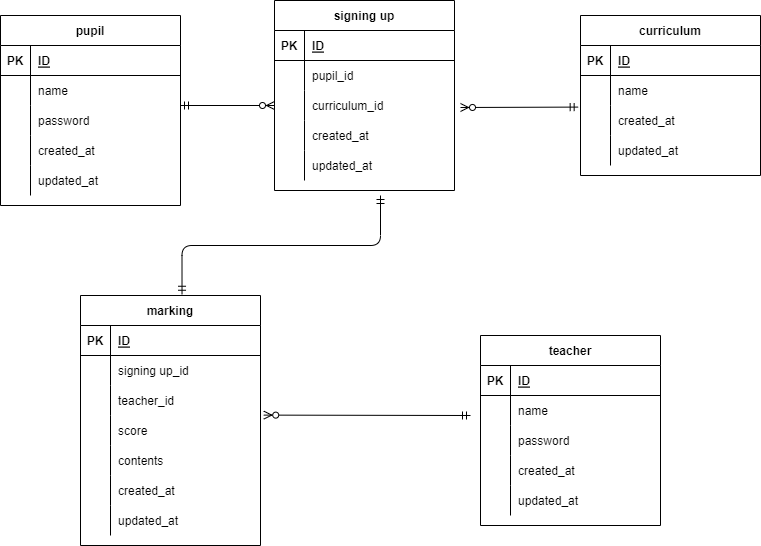
This is index.drawio.png from ako-a/DBtest, a draw.io export, as it was before one commit. Source tidied: cells renumbered, new cells last; positions are measured from the earlier drawing's top-left corner, leaving out a move shared by most shapes.
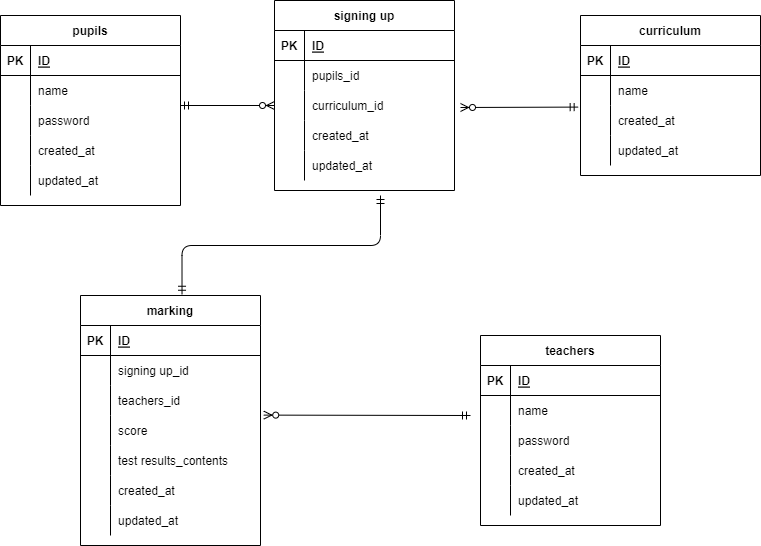
The same file after the commit.

Commit message:
修正内容が分かるコミットメッセージ

Diff of the diagram source:
```diff
@@ -2,7 +2,7 @@
   <root>
     <mxCell id="0" />
     <mxCell id="1" parent="0" />
-    <mxCell id="2" value="pupil" style="shape=table;startSize=30;rowLines=0;fontStyle=1;align=center;" parent="1" vertex="1">
+    <mxCell id="2" value="pupils" style="shape=table;startSize=30;rowLines=0;fontStyle=1;align=center;" parent="1" vertex="1">
       <mxGeometry y="15" width="180" height="190" as="geometry" />
     </mxCell>
     <mxCell id="3" style="shape=partialRectangle;fillColor=none;top=0;left=0;bottom=1;right=0;" parent="2" vertex="1">
@@ -89,7 +89,7 @@
     <mxCell id="30" value="updated_at" style="shape=partialRectangle;fillColor=none;top=0;left=0;bottom=0;right=0;align=left;spacingLeft=6;overflow=hidden;" parent="28" vertex="1">
       <mxGeometry x="30" width="150" height="30" as="geometry" />
     </mxCell>
-    <mxCell id="31" value="teacher" style="shape=table;startSize=30;rowLines=0;fontStyle=1;align=center;" parent="1" vertex="1">
+    <mxCell id="31" value="teachers" style="shape=table;startSize=30;rowLines=0;fontStyle=1;align=center;" parent="1" vertex="1">
       <mxGeometry x="480" y="335" width="180" height="190" as="geometry" />
     </mxCell>
     <mxCell id="32" style="shape=partialRectangle;fillColor=none;top=0;left=0;bottom=1;right=0;" parent="31" vertex="1">
@@ -164,7 +164,7 @@
     <mxCell id="55" style="shape=partialRectangle;fillColor=none;top=0;left=0;bottom=0;right=0;overflow=hidden;" parent="54" vertex="1">
       <mxGeometry width="30" height="30" as="geometry" />
     </mxCell>
-    <mxCell id="56" value="teacher_id" style="shape=partialRectangle;fillColor=none;top=0;left=0;bottom=0;right=0;align=left;spacingLeft=6;overflow=hidden;" parent="54" vertex="1">
+    <mxCell id="56" value="teachers_id" style="shape=partialRectangle;fillColor=none;top=0;left=0;bottom=0;right=0;align=left;spacingLeft=6;overflow=hidden;" parent="54" vertex="1">
       <mxGeometry x="30" width="150" height="30" as="geometry" />
     </mxCell>
     <mxCell id="57" style="shape=partialRectangle;fillColor=none;top=0;left=0;bottom=0;right=0;points=[[0,0.5],[1,0.5]];portConstraint=eastwest;" parent="47" vertex="1">
@@ -182,7 +182,7 @@
     <mxCell id="61" style="shape=partialRectangle;fillColor=none;top=0;left=0;bottom=0;right=0;overflow=hidden;" parent="60" vertex="1">
       <mxGeometry width="30" height="30" as="geometry" />
     </mxCell>
-    <mxCell id="62" value="contents" style="shape=partialRectangle;fillColor=none;top=0;left=0;bottom=0;right=0;align=left;spacingLeft=6;overflow=hidden;" parent="60" vertex="1">
+    <mxCell id="62" value="test results_contents" style="shape=partialRectangle;fillColor=none;top=0;left=0;bottom=0;right=0;align=left;spacingLeft=6;overflow=hidden;" parent="60" vertex="1">
       <mxGeometry x="30" width="150" height="30" as="geometry" />
     </mxCell>
     <mxCell id="63" style="shape=partialRectangle;fillColor=none;top=0;left=0;bottom=0;right=0;" parent="47" vertex="1">
@@ -249,7 +249,7 @@
     <mxCell id="78" style="shape=partialRectangle;fillColor=none;top=0;left=0;bottom=0;right=0;overflow=hidden;" parent="77" vertex="1">
       <mxGeometry width="30" height="30" as="geometry" />
     </mxCell>
-    <mxCell id="79" value="pupil_id" style="shape=partialRectangle;fillColor=none;top=0;left=0;bottom=0;right=0;align=left;spacingLeft=6;overflow=hidden;" parent="77" vertex="1">
+    <mxCell id="79" value="pupils_id" style="shape=partialRectangle;fillColor=none;top=0;left=0;bottom=0;right=0;align=left;spacingLeft=6;overflow=hidden;" parent="77" vertex="1">
       <mxGeometry x="30" width="150" height="30" as="geometry" />
     </mxCell>
     <mxCell id="80" style="shape=partialRectangle;fillColor=none;top=0;left=0;bottom=0;right=0;" parent="73" vertex="1">
```
